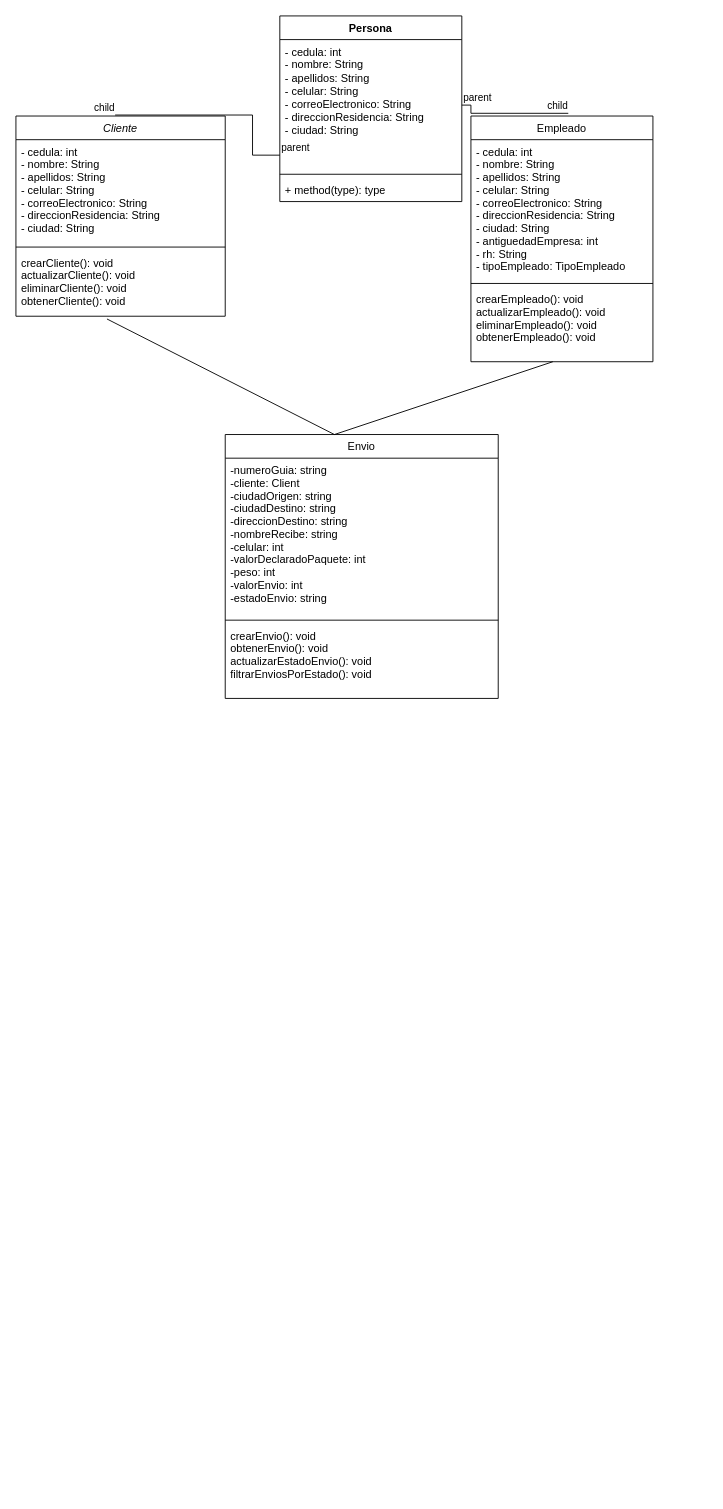
Above: Diagrama sin título.drawio in Mafesita23/Mensajeria (draw.io), before the change. Source tidied: cells renumbered, new cells numbered last; positions are measured from the earlier drawing's top-left corner, leaving out a move shared by most shapes. Both pictures are drawn from the tidied source at 91%, with x=0, y=0 at pixel (15, 15).
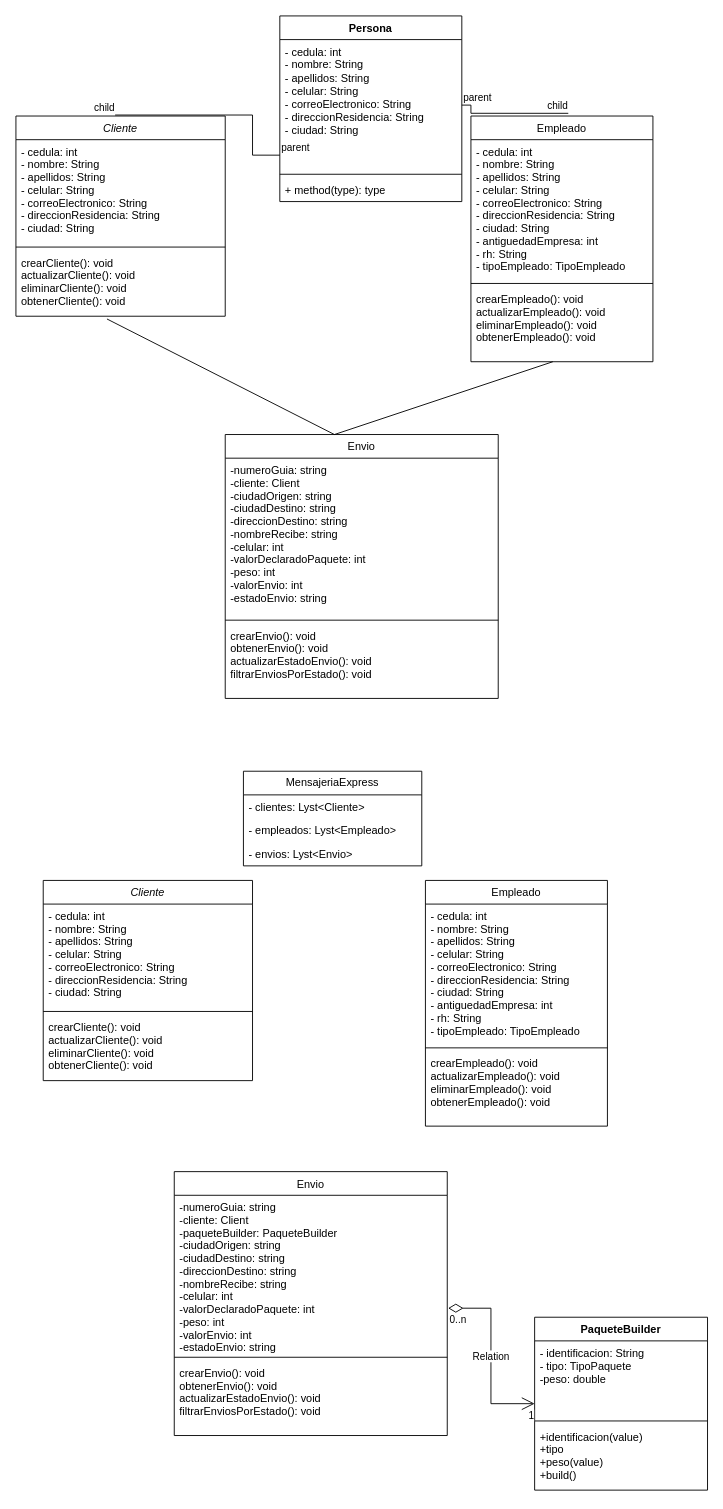
Above is the later version.

The edit, as a diff of the source:
```diff
@@
+    <mxCell id="26" value="MensajeriaExpress" style="swimlane;fontStyle=0;horizontal=1;startSize=26;fillColor=none;whiteSpace=wrap;html=1;" parent="1" vertex="1">
+      <mxGeometry x="250" y="830" width="196" height="104" as="geometry" />
+    </mxCell>
+    <mxCell id="27" value="- clientes: Lyst&amp;lt;Cliente&amp;gt;" style="text;strokeColor=none;fillColor=none;align=left;verticalAlign=top;spacingLeft=4;spacingRight=4;overflow=hidden;whiteSpace=wrap;html=1;" parent="26" vertex="1">
+      <mxGeometry y="26" width="196" height="26" as="geometry" />
+    </mxCell>
+    <mxCell id="28" value="- empleados: Lyst&amp;lt;Empleado&amp;gt;" style="text;strokeColor=none;fillColor=none;align=left;verticalAlign=top;spacingLeft=4;spacingRight=4;overflow=hidden;whiteSpace=wrap;html=1;" parent="26" vertex="1">
+      <mxGeometry y="52" width="196" height="26" as="geometry" />
+    </mxCell>
+    <mxCell id="29" value="- envios: Lyst&amp;lt;Envio&amp;gt;" style="text;strokeColor=none;fillColor=none;align=left;verticalAlign=top;spacingLeft=4;spacingRight=4;overflow=hidden;whiteSpace=wrap;html=1;" parent="26" vertex="1">
+      <mxGeometry y="78" width="196" height="26" as="geometry" />
+    </mxCell>
+    <mxCell id="30" value="Cliente" style="swimlane;fontStyle=2;align=center;verticalAlign=top;horizontal=1;startSize=26;rounded=0;shadow=0;strokeWidth=1;" parent="1" vertex="1">
+      <mxGeometry x="30" y="950" width="230" height="220" as="geometry" />
+    </mxCell>
+    <mxCell id="31" value="- cedula: int   &#10;- nombre: String&#10;- apellidos: String &#10;- celular: String&#10;- correoElectronico: String &#10;- direccionResidencia: String &#10;- ciudad: String " style="text;align=left;verticalAlign=top;spacingLeft=4;spacingRight=4;overflow=hidden;" parent="30" vertex="1">
+      <mxGeometry y="26" width="230" height="114" as="geometry" />
+    </mxCell>
+    <mxCell id="32" style="line;html=1;strokeWidth=1;align=left;verticalAlign=middle;spacingTop=-1;spacingLeft=3;spacingRight=3;labelPosition=right;" parent="30" vertex="1">
+      <mxGeometry y="140" width="230" height="8" as="geometry" />
+    </mxCell>
+    <mxCell id="33" value="crearCliente(): void&#10;actualizarCliente(): void&#10;eliminarCliente(): void&#10;obtenerCliente(): void" style="text;align=left;verticalAlign=top;spacingLeft=4;spacingRight=4;overflow=hidden;" parent="30" vertex="1">
+      <mxGeometry y="148" width="230" height="72" as="geometry" />
+    </mxCell>
+    <mxCell id="34" value="Empleado" style="swimlane;fontStyle=0;align=center;verticalAlign=top;horizontal=1;startSize=26;rounded=0;shadow=0;strokeWidth=1;" parent="1" vertex="1">
+      <mxGeometry x="450" y="950" width="200" height="270" as="geometry" />
+    </mxCell>
+    <mxCell id="35" value="- cedula: int   &#10;- nombre: String&#10;- apellidos: String &#10;- celular: String&#10;- correoElectronico: String &#10;- direccionResidencia: String &#10;- ciudad: String &#10;- antiguedadEmpresa: int &#10;- rh: String     &#10;- tipoEmpleado: TipoEmpleado " style="text;align=left;verticalAlign=top;spacingLeft=4;spacingRight=4;overflow=hidden;" parent="34" vertex="1">
+      <mxGeometry y="26" width="200" height="154" as="geometry" />
+    </mxCell>
+    <mxCell id="36" style="line;html=1;strokeWidth=1;align=left;verticalAlign=middle;spacingTop=-1;spacingLeft=3;spacingRight=3;labelPosition=right;" parent="34" vertex="1">
+      <mxGeometry y="180" width="200" height="8" as="geometry" />
+    </mxCell>
+    <mxCell id="37" value="crearEmpleado(): void&#10;actualizarEmpleado(): void&#10;eliminarEmpleado(): void&#10;obtenerEmpleado(): void" style="text;align=left;verticalAlign=top;spacingLeft=4;spacingRight=4;overflow=hidden;" parent="34" vertex="1">
+      <mxGeometry y="188" width="200" height="72" as="geometry" />
+    </mxCell>
+    <mxCell id="38" value="Envio" style="swimlane;fontStyle=0;align=center;verticalAlign=top;horizontal=1;startSize=26;rounded=0;shadow=0;strokeWidth=1;" parent="1" vertex="1">
+      <mxGeometry x="174" y="1270" width="300" height="290" as="geometry" />
+    </mxCell>
+    <mxCell id="39" value="-numeroGuia: string&#10;-cliente: Client&#10;-paqueteBuilder: PaqueteBuilder&#10;-ciudadOrigen: string&#10;-ciudadDestino: string&#10;-direccionDestino: string&#10;-nombreRecibe: string&#10;-celular: int&#10;-valorDeclaradoPaquete: int&#10;-peso: int&#10;-valorEnvio: int&#10;-estadoEnvio: string&#10;" style="text;align=left;verticalAlign=top;spacingLeft=4;spacingRight=4;overflow=hidden;points=[[0,0.5],[1,0.5]];portConstraint=eastwest;" parent="38" vertex="1">
+      <mxGeometry y="26" width="300" height="174" as="geometry" />
+    </mxCell>
+    <mxCell id="40" style="line;html=1;strokeWidth=1;align=left;verticalAlign=middle;spacingTop=-1;spacingLeft=3;spacingRight=3;labelPosition=right;" parent="38" vertex="1">
+      <mxGeometry y="200" width="300" height="8" as="geometry" />
+    </mxCell>
+    <mxCell id="41" value="crearEnvio(): void&#10;obtenerEnvio(): void&#10;actualizarEstadoEnvio(): void&#10;filtrarEnviosPorEstado(): void" style="text;align=left;verticalAlign=top;spacingLeft=4;spacingRight=4;overflow=hidden;fontStyle=0;" parent="38" vertex="1">
+      <mxGeometry y="208" width="300" height="82" as="geometry" />
+    </mxCell>
+    <mxCell id="42" value="PaqueteBuilder" style="swimlane;fontStyle=1;align=center;verticalAlign=top;horizontal=1;startSize=26;whiteSpace=wrap;html=1;" parent="1" vertex="1">
+      <mxGeometry x="570" y="1430" width="190" height="190" as="geometry" />
+    </mxCell>
+    <mxCell id="43" value="- identificacion: String&lt;br&gt;- tipo: TipoPaquete&lt;br&gt;-peso: double" style="text;strokeColor=none;fillColor=none;align=left;verticalAlign=top;spacingLeft=4;spacingRight=4;overflow=hidden;whiteSpace=wrap;html=1;" parent="42" vertex="1">
+      <mxGeometry y="26" width="190" height="84" as="geometry" />
+    </mxCell>
+    <mxCell id="44" style="line;strokeWidth=1;fillColor=none;align=left;verticalAlign=middle;spacingTop=-1;spacingLeft=3;spacingRight=3;labelPosition=right;strokeColor=inherit;" parent="42" vertex="1">
+      <mxGeometry y="110" width="190" height="8" as="geometry" />
+    </mxCell>
+    <mxCell id="45" value="+identificacion(value)&#10;+tipo&#10;+peso(value)&#10;+build()" style="text;align=left;verticalAlign=top;spacingLeft=4;spacingRight=4;overflow=hidden;" parent="42" vertex="1">
+      <mxGeometry y="118" width="190" height="72" as="geometry" />
+    </mxCell>
+    <mxCell id="46" value="Relation" style="endArrow=open;html=1;endSize=12;startArrow=diamondThin;startSize=14;startFill=0;edgeStyle=orthogonalEdgeStyle;rounded=0;exitX=1.003;exitY=0.713;exitDx=0;exitDy=0;exitPerimeter=0;" parent="1" edge="1" source="39" target="42">
+      <mxGeometry relative="1" as="geometry" />
+    </mxCell>
+    <mxCell id="47" value="0..n" style="edgeLabel;html=1;align=left;verticalAlign=top;" parent="46" vertex="1">
+      <mxGeometry x="-1" relative="1" as="geometry" />
+    </mxCell>
+    <mxCell id="48" value="1" style="edgeLabel;html=1;align=right;verticalAlign=top;" parent="46" vertex="1">
+      <mxGeometry x="1" relative="1" as="geometry" />
+    </mxCell>
```
